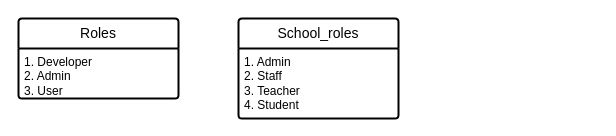
The draw.io diagram page "Attributes" (2 of 2) of arsipkelas-v2.drawio in Faris072/arsipkelas-v2, before the edit. Source tidied: cells renumbered, new cells numbered last; positions are measured from the earlier drawing's top-left corner, leaving out a move shared by most shapes. Both pictures are drawn from the tidied source at 100%, with x=0, y=0 at pixel (18, 18).
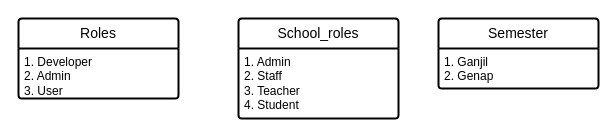
After the change.

The edit, as a diff of the source:
```diff
@@
 <mxGraphModel>
   <root>
     <mxCell id="0" />
     <mxCell id="1" parent="0" />
     <mxCell id="2" value="Roles" style="swimlane;horizontal=1;startSize=30;rounded=1;fontSize=14;fontStyle=0;strokeWidth=2;shadow=0;dashed=0;align=center;arcSize=4;whiteSpace=wrap;html=1;" parent="1" vertex="1">
       <mxGeometry width="160" height="80" as="geometry" />
     </mxCell>
     <mxCell id="3" value="1. Developer&lt;br&gt;2. Admin&lt;br&gt;3. User" style="align=left;strokeColor=none;fillColor=none;spacingLeft=4;fontSize=12;verticalAlign=top;html=1;" parent="2" vertex="1">
       <mxGeometry y="30" width="160" height="50" as="geometry" />
     </mxCell>
     <mxCell id="4" value="School_roles" style="swimlane;horizontal=1;startSize=30;rounded=1;fontSize=14;fontStyle=0;strokeWidth=2;shadow=0;dashed=0;align=center;arcSize=4;whiteSpace=wrap;html=1;" parent="1" vertex="1">
       <mxGeometry x="220" width="160" height="100" as="geometry" />
     </mxCell>
     <mxCell id="5" value="1. Admin&lt;br&gt;2. Staff&lt;br&gt;3. Teacher&lt;br&gt;4. Student" style="align=left;strokeColor=none;fillColor=none;spacingLeft=4;fontSize=12;verticalAlign=top;html=1;" parent="4" vertex="1">
       <mxGeometry y="30" width="160" height="70" as="geometry" />
     </mxCell>
+    <mxCell id="6" value="Semester" style="swimlane;horizontal=1;startSize=30;rounded=1;fontSize=14;fontStyle=0;strokeWidth=2;shadow=0;dashed=0;align=center;arcSize=4;whiteSpace=wrap;html=1;" parent="1" vertex="1">
+      <mxGeometry x="420" width="160" height="70" as="geometry" />
+    </mxCell>
+    <mxCell id="7" value="1. Ganjil&lt;br&gt;2. Genap" style="align=left;strokeColor=none;fillColor=none;spacingLeft=4;fontSize=12;verticalAlign=top;html=1;" parent="6" vertex="1">
+      <mxGeometry y="30" width="160" height="40" as="geometry" />
+    </mxCell>
   </root>
 </mxGraphModel>
```
